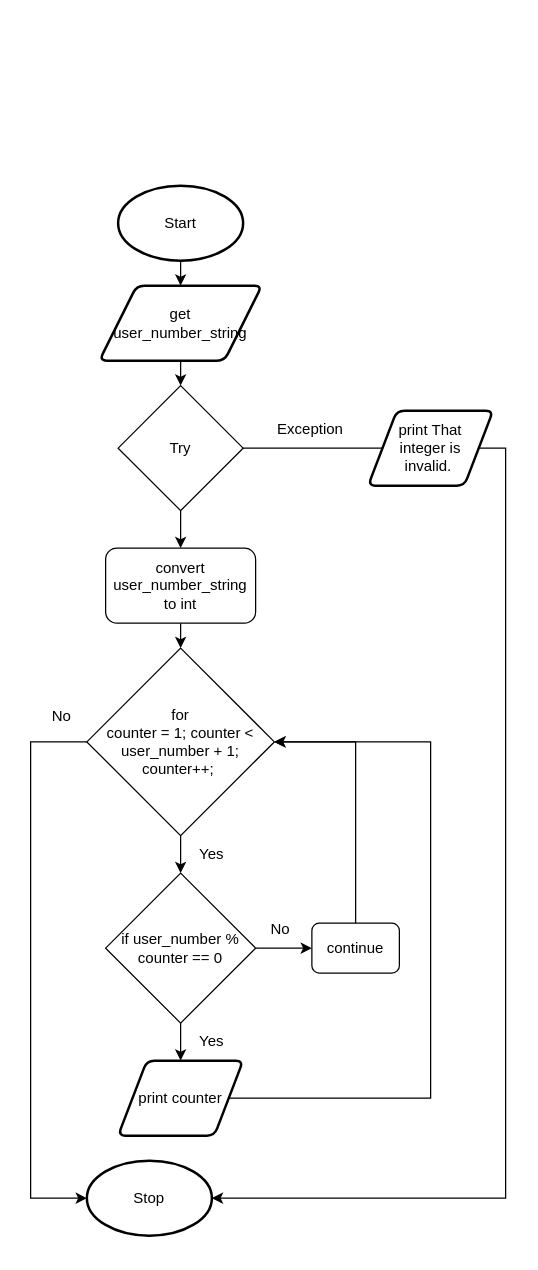
Above: drawio/flowchart/flowchart.drawio in Aidan-Lalonde-Novales/ICS3U-Assignment5-Python (draw.io), before the change. Source tidied: cells renumbered, new cells numbered last; positions are measured from the earlier drawing's top-left corner, leaving out a move shared by most shapes. Both pictures are drawn from the tidied source at 125%, with x=0, y=0 at pixel (30, 185).
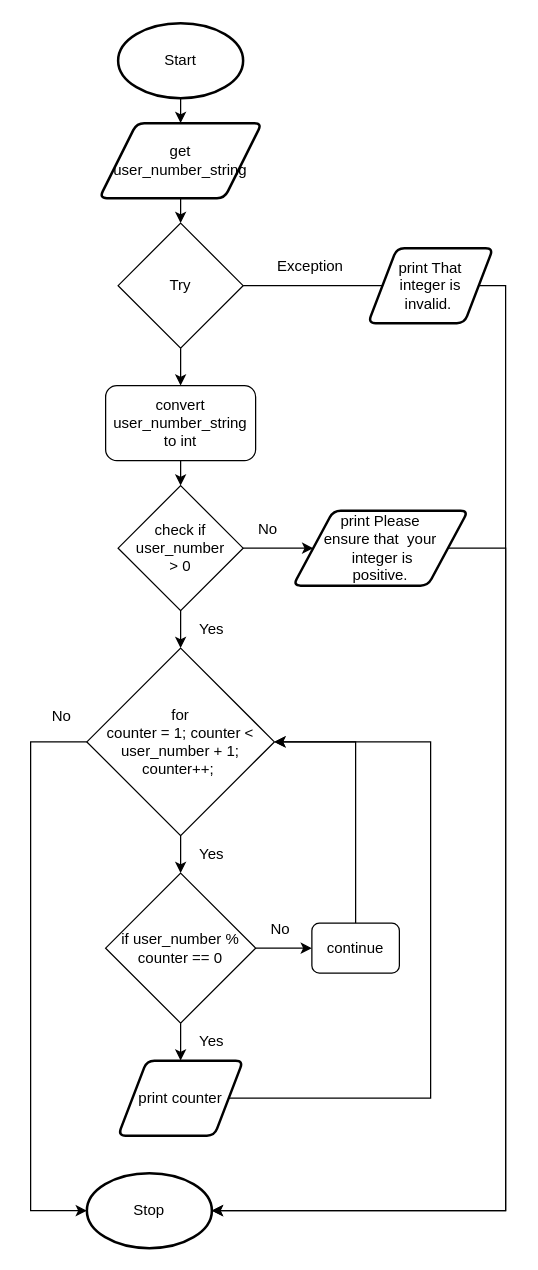
After the change.

Unchanged cells that the change refers to:
```xml
<mxCell id="11" value="for &lt;br&gt;counter = 1; counter &amp;lt; user_number + 1; counter++;&amp;nbsp;" style="rhombus;whiteSpace=wrap;html=1;" parent="1" vertex="1">
  <mxGeometry x="45" y="370" width="150" height="150" as="geometry" />
</mxCell>
```

Diff of the diagram source:
```diff
@@
     <mxCell id="3" value="Start" style="strokeWidth=2;html=1;shape=mxgraph.flowchart.start_1;whiteSpace=wrap;" parent="1" vertex="1">
-      <mxGeometry x="70" width="100" height="60" as="geometry" />
+      <mxGeometry x="70" y="-130" width="100" height="60" as="geometry" />
     </mxCell>
@@
     <mxCell id="5" value="get &lt;br&gt;user_number_string" style="shape=parallelogram;html=1;strokeWidth=2;perimeter=parallelogramPerimeter;whiteSpace=wrap;rounded=1;arcSize=12;size=0.23;" parent="1" vertex="1">
-      <mxGeometry x="55" y="80" width="130" height="60" as="geometry" />
+      <mxGeometry x="55" y="-50" width="130" height="60" as="geometry" />
     </mxCell>
@@
     <mxCell id="8" value="Stop" style="strokeWidth=2;html=1;shape=mxgraph.flowchart.start_1;whiteSpace=wrap;" parent="1" vertex="1">
-      <mxGeometry x="45" y="780" width="100" height="60" as="geometry" />
+      <mxGeometry x="45" y="790" width="100" height="60" as="geometry" />
     </mxCell>
@@
     <mxCell id="10" style="edgeStyle=none;rounded=0;html=1;exitX=0;exitY=0.5;exitDx=0;exitDy=0;entryX=0;entryY=0.5;entryDx=0;entryDy=0;entryPerimeter=0;" parent="1" edge="1" source="11" target="8">
       <mxGeometry relative="1" as="geometry">
         <Array as="points">
           <mxPoint y="445" />
-          <mxPoint y="810" />
+          <mxPoint y="820" />
         </Array>
       </mxGeometry>
     </mxCell>
@@
     <mxCell id="14" style="edgeStyle=none;html=1;exitX=1;exitY=0.5;exitDx=0;exitDy=0;" parent="1" edge="1" source="16">
       <mxGeometry relative="1" as="geometry">
-        <mxPoint x="310" y="210" as="targetPoint" />
+        <mxPoint x="310" y="80" as="targetPoint" />
       </mxGeometry>
     </mxCell>
@@
     <mxCell id="16" value="Try" style="rhombus;whiteSpace=wrap;html=1;" parent="1" vertex="1">
-      <mxGeometry x="70" y="160" width="100" height="100" as="geometry" />
+      <mxGeometry x="70" y="30" width="100" height="100" as="geometry" />
     </mxCell>
     <mxCell id="17" value="Exception" style="text;html=1;strokeColor=none;fillColor=none;align=center;verticalAlign=middle;whiteSpace=wrap;rounded=0;" parent="1" vertex="1">
-      <mxGeometry x="194" y="180" width="60" height="30" as="geometry" />
+      <mxGeometry x="194" y="50" width="60" height="30" as="geometry" />
     </mxCell>
     <mxCell id="18" style="edgeStyle=none;html=1;exitX=1;exitY=0.5;exitDx=0;exitDy=0;entryX=1;entryY=0.5;entryDx=0;entryDy=0;entryPerimeter=0;rounded=0;" parent="1" edge="1" source="19" target="8">
       <mxGeometry relative="1" as="geometry">
         <Array as="points">
-          <mxPoint x="380" y="210" />
-          <mxPoint x="380" y="680" />
-          <mxPoint x="380" y="810" />
+          <mxPoint x="380" y="80" />
+          <mxPoint x="380" y="560" />
+          <mxPoint x="380" y="820" />
         </Array>
       </mxGeometry>
     </mxCell>
     <mxCell id="19" value="print That &lt;br&gt;integer is &lt;br&gt;invalid.&amp;nbsp;" style="shape=parallelogram;html=1;strokeWidth=2;perimeter=parallelogramPerimeter;whiteSpace=wrap;rounded=1;arcSize=12;size=0.23;" parent="1" vertex="1">
-      <mxGeometry x="270" y="180" width="100" height="60" as="geometry" />
+      <mxGeometry x="270" y="50" width="100" height="60" as="geometry" />
     </mxCell>
-    <mxCell id="20" style="edgeStyle=none;rounded=0;html=1;exitX=0.5;exitY=1;exitDx=0;exitDy=0;entryX=0.5;entryY=0;entryDx=0;entryDy=0;" parent="1" edge="1" source="21" target="11">
-      <mxGeometry relative="1" as="geometry" />
-    </mxCell>
+    <mxCell id="29" style="edgeStyle=none;html=1;exitX=0.5;exitY=1;exitDx=0;exitDy=0;entryX=0.5;entryY=0;entryDx=0;entryDy=0;" parent="1" edge="1" source="21" target="32">
+      <mxGeometry relative="1" as="geometry" />
+    </mxCell>
     <mxCell id="21" value="convert user_number_string to int" style="rounded=1;whiteSpace=wrap;html=1;" parent="1" vertex="1">
-      <mxGeometry x="60" y="290" width="120" height="60" as="geometry" />
+      <mxGeometry x="60" y="160" width="120" height="60" as="geometry" />
     </mxCell>
@@
+    <mxCell id="30" style="edgeStyle=none;html=1;exitX=0.5;exitY=1;exitDx=0;exitDy=0;entryX=0.5;entryY=0;entryDx=0;entryDy=0;" parent="1" edge="1" source="32" target="11">
+      <mxGeometry relative="1" as="geometry" />
+    </mxCell>
+    <mxCell id="31" style="edgeStyle=none;html=1;exitX=1;exitY=0.5;exitDx=0;exitDy=0;entryX=0;entryY=0.5;entryDx=0;entryDy=0;" parent="1" edge="1" source="32" target="34">
+      <mxGeometry relative="1" as="geometry" />
+    </mxCell>
+    <mxCell id="32" value="check if user_number &lt;br&gt;&amp;gt; 0" style="rhombus;whiteSpace=wrap;html=1;" parent="1" vertex="1">
+      <mxGeometry x="70" y="240" width="100" height="100" as="geometry" />
+    </mxCell>
+    <mxCell id="33" style="edgeStyle=none;html=1;exitX=1;exitY=0.5;exitDx=0;exitDy=0;entryX=1;entryY=0.5;entryDx=0;entryDy=0;entryPerimeter=0;rounded=0;" parent="1" edge="1" source="34" target="8">
+      <mxGeometry relative="1" as="geometry">
+        <Array as="points">
+          <mxPoint x="380" y="290" />
+          <mxPoint x="380" y="820" />
+        </Array>
+      </mxGeometry>
+    </mxCell>
+    <mxCell id="34" value="print Please &lt;br&gt;ensure&amp;nbsp;that&amp;nbsp; your&lt;br&gt;&amp;nbsp;integer&amp;nbsp;is &lt;br&gt;positive." style="shape=parallelogram;html=1;strokeWidth=2;perimeter=parallelogramPerimeter;whiteSpace=wrap;rounded=1;arcSize=12;size=0.23;" parent="1" vertex="1">
+      <mxGeometry x="210" y="260" width="140" height="60" as="geometry" />
+    </mxCell>
+    <mxCell id="35" value="No" style="text;html=1;strokeColor=none;fillColor=none;align=center;verticalAlign=middle;whiteSpace=wrap;rounded=0;" parent="1" vertex="1">
+      <mxGeometry x="170" y="260" width="40" height="30" as="geometry" />
+    </mxCell>
+    <mxCell id="36" value="Yes" style="text;html=1;strokeColor=none;fillColor=none;align=center;verticalAlign=middle;whiteSpace=wrap;rounded=0;" parent="1" vertex="1">
+      <mxGeometry x="130" y="340" width="30" height="30" as="geometry" />
+    </mxCell>
```
